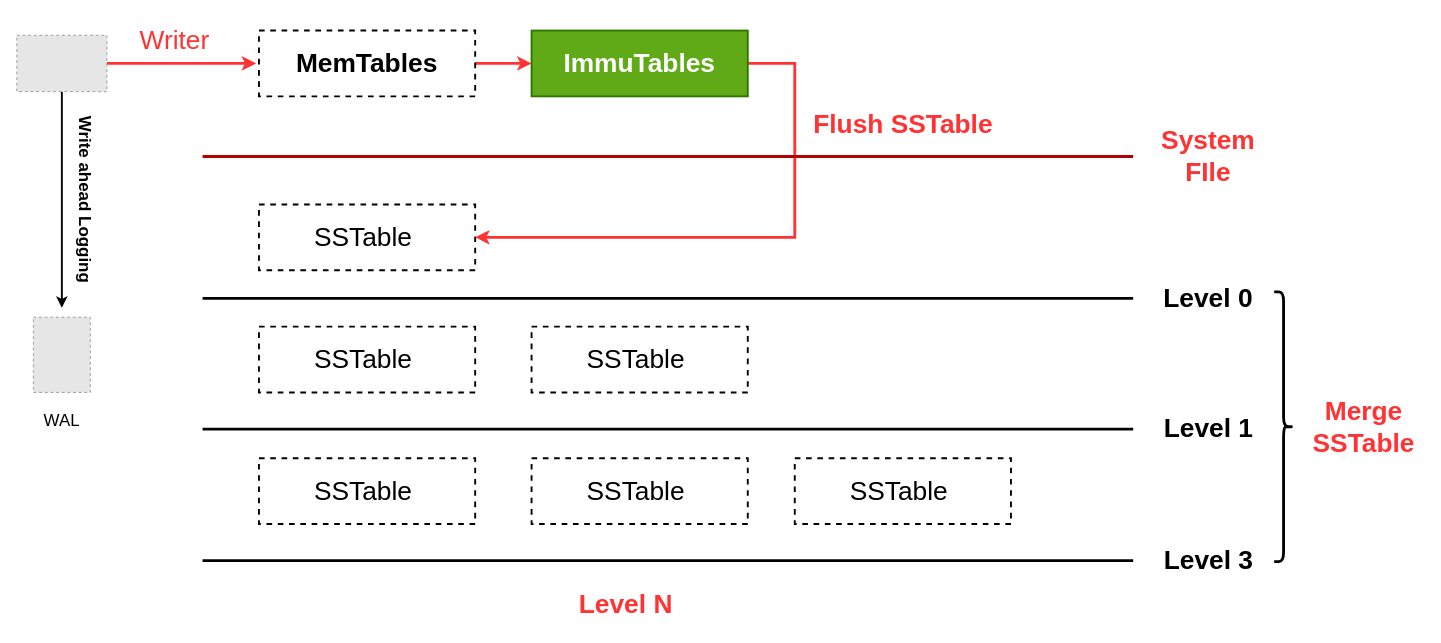
Before: lsm-tree-new.drawio in auula/draw.io, a draw.io diagram. Source tidied: cells renumbered, new cells numbered last; positions are measured from the earlier drawing's top-left corner, leaving out a move shared by most shapes. Both pictures are drawn from the tidied source at 94%, with x=0, y=0 at pixel (-5, 16). Pictures stored in the file or linked from it are replaced by grey dashed boxes.
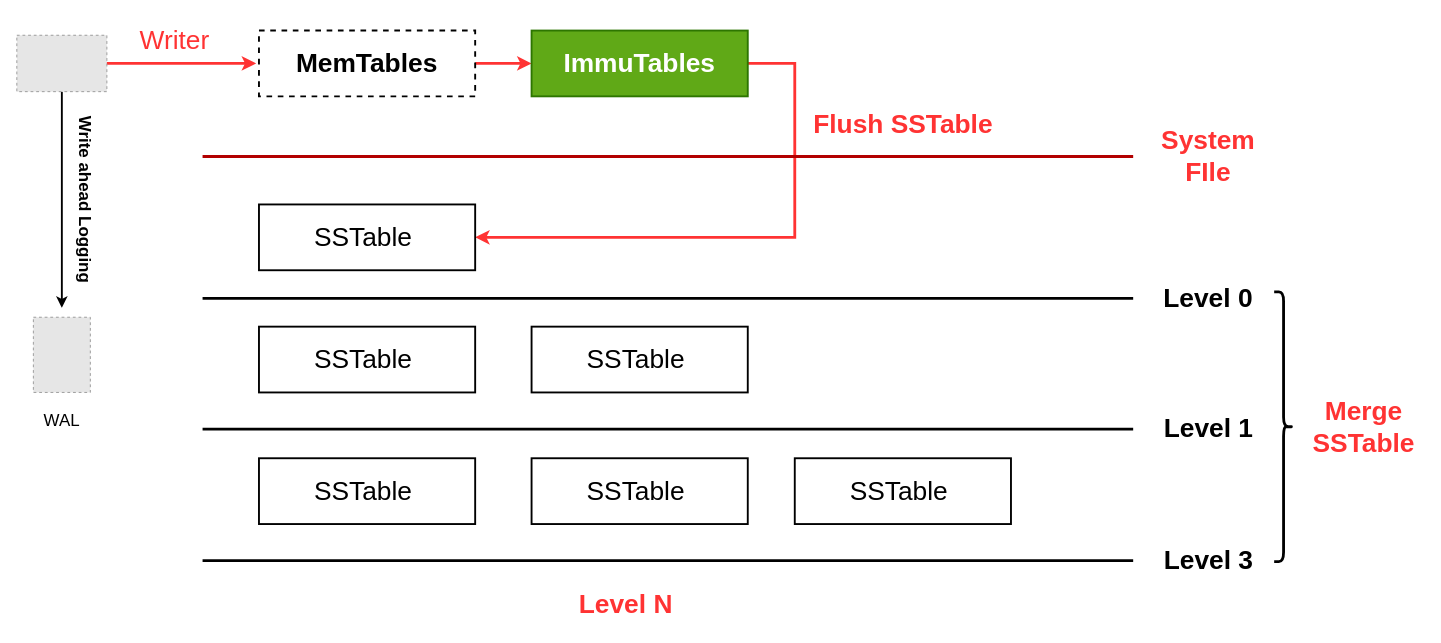
The same diagram, later.

Change to the diagram source:
```diff
@@
-    <mxCell id="12" value="SSTable&amp;nbsp;" style="rounded=0;whiteSpace=wrap;html=1;fontSize=28;strokeWidth=2;dashed=1;" parent="1" vertex="1">
+    <mxCell id="12" value="SSTable&amp;nbsp;" style="rounded=0;whiteSpace=wrap;html=1;fontSize=28;strokeWidth=2;" parent="1" vertex="1">
       <mxGeometry x="280" y="200" width="230" height="70" as="geometry" />
     </mxCell>
-    <mxCell id="13" value="SSTable&amp;nbsp;" style="rounded=0;whiteSpace=wrap;html=1;fontSize=28;strokeWidth=2;dashed=1;" parent="1" vertex="1">
+    <mxCell id="13" value="SSTable&amp;nbsp;" style="rounded=0;whiteSpace=wrap;html=1;fontSize=28;strokeWidth=2;" parent="1" vertex="1">
       <mxGeometry x="280" y="330" width="230" height="70" as="geometry" />
     </mxCell>
-    <mxCell id="14" value="SSTable&amp;nbsp;" style="rounded=0;whiteSpace=wrap;html=1;fontSize=28;strokeWidth=2;dashed=1;" parent="1" vertex="1">
+    <mxCell id="14" value="SSTable&amp;nbsp;" style="rounded=0;whiteSpace=wrap;html=1;fontSize=28;strokeWidth=2;" parent="1" vertex="1">
       <mxGeometry x="570" y="330" width="230" height="70" as="geometry" />
     </mxCell>
-    <mxCell id="15" value="SSTable&amp;nbsp;" style="rounded=0;whiteSpace=wrap;html=1;fontSize=28;strokeWidth=2;dashed=1;" parent="1" vertex="1">
+    <mxCell id="15" value="SSTable&amp;nbsp;" style="rounded=0;whiteSpace=wrap;html=1;fontSize=28;strokeWidth=2;" parent="1" vertex="1">
       <mxGeometry x="280" y="470" width="230" height="70" as="geometry" />
     </mxCell>
-    <mxCell id="16" value="SSTable&amp;nbsp;" style="rounded=0;whiteSpace=wrap;html=1;fontSize=28;strokeWidth=2;dashed=1;" parent="1" vertex="1">
+    <mxCell id="16" value="SSTable&amp;nbsp;" style="rounded=0;whiteSpace=wrap;html=1;fontSize=28;strokeWidth=2;" parent="1" vertex="1">
       <mxGeometry x="570" y="470" width="230" height="70" as="geometry" />
     </mxCell>
-    <mxCell id="17" value="SSTable&amp;nbsp;" style="rounded=0;whiteSpace=wrap;html=1;fontSize=28;strokeWidth=2;dashed=1;" parent="1" vertex="1">
+    <mxCell id="17" value="SSTable&amp;nbsp;" style="rounded=0;whiteSpace=wrap;html=1;fontSize=28;strokeWidth=2;" parent="1" vertex="1">
       <mxGeometry x="850" y="470" width="230" height="70" as="geometry" />
     </mxCell>
```
